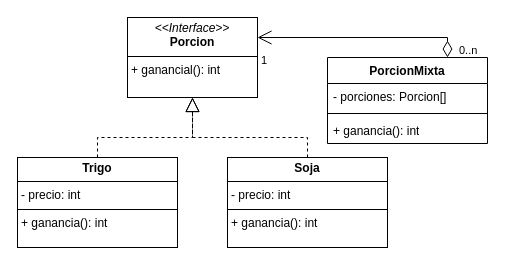
Above: TP-Composite/cosecha.drawio in tomasmendoza-unq/objetos2 (draw.io), before the change. Source tidied: cells renumbered, new cells numbered last; positions are measured from the earlier drawing's top-left corner, leaving out a move shared by most shapes. Both pictures are drawn from the tidied source at 100%, with x=0, y=0 at pixel (17, 17).
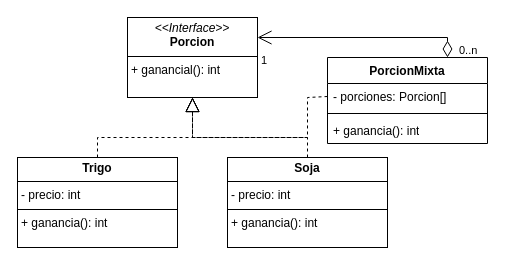
Above is the later version.

The change refers to these unchanged cells:
```xml
<mxCell id="2" value="&lt;p style=&quot;margin:0px;margin-top:4px;text-align:center;&quot;&gt;&lt;i&gt;&amp;lt;&amp;lt;Interface&amp;gt;&amp;gt;&lt;/i&gt;&lt;br&gt;&lt;b&gt;Porcion&lt;/b&gt;&lt;/p&gt;&lt;hr size=&quot;1&quot; style=&quot;border-style:solid;&quot;&gt;&lt;p style=&quot;margin:0px;margin-left:4px;&quot;&gt;+ ganancial(): int&lt;br&gt;&lt;/p&gt;" style="verticalAlign=top;align=left;overflow=fill;html=1;whiteSpace=wrap;" parent="1" vertex="1">
  <mxGeometry x="110" width="130" height="80" as="geometry" />
</mxCell>
<mxCell id="8" value="- porciones: Porcion[]" style="text;strokeColor=none;fillColor=none;align=left;verticalAlign=top;spacingLeft=4;spacingRight=4;overflow=hidden;points=[[0,0.5],[1,0.5]];portConstraint=eastwest;whiteSpace=wrap;html=1;" parent="7" vertex="1">
  <mxGeometry y="26" width="160" height="26" as="geometry" />
</mxCell>
```

The edit, as a diff of the source:
```diff
@@
+    <mxCell id="14" style="endArrow=block;dashed=1;endFill=0;endSize=12;html=1;rounded=0;exitX=0;exitY=0.5;exitDx=0;exitDy=0;entryX=0.5;entryY=1;entryDx=0;entryDy=0;" parent="1" edge="1" source="8" target="2">
+      <mxGeometry relative="1" as="geometry">
+        <Array as="points">
+          <mxPoint x="290" y="80" />
+          <mxPoint x="290" y="120" />
+          <mxPoint x="175" y="120" />
+        </Array>
+      </mxGeometry>
+    </mxCell>
```
